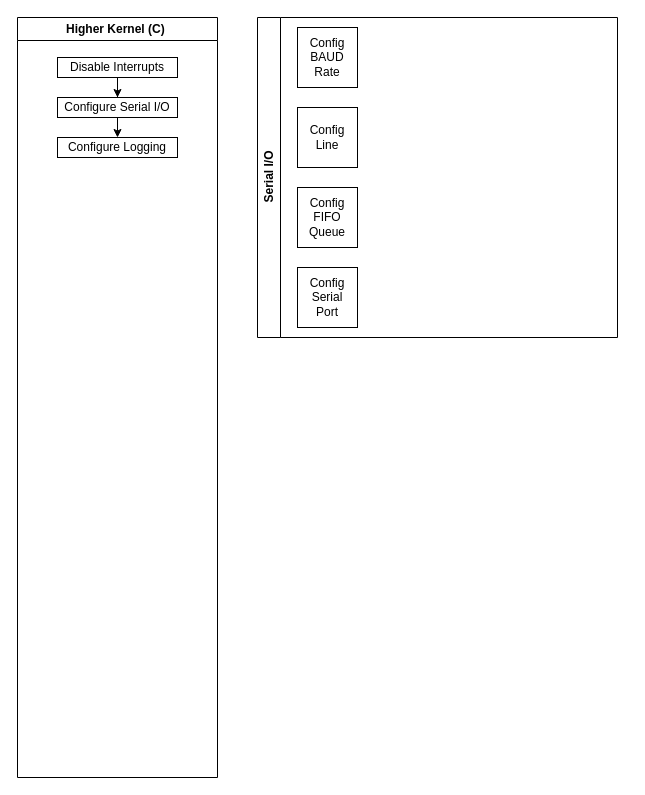
This is page "C Kernel" (2 of 3) of naOS.drawio from noaether/naOS, a draw.io file, before an edit. Source tidied: cells renumbered, new cells numbered last; positions are measured from the earlier drawing's top-left corner, leaving out a move shared by most shapes. Both pictures are drawn from the tidied source at 100%, with x=0, y=0 at pixel (17, 17).
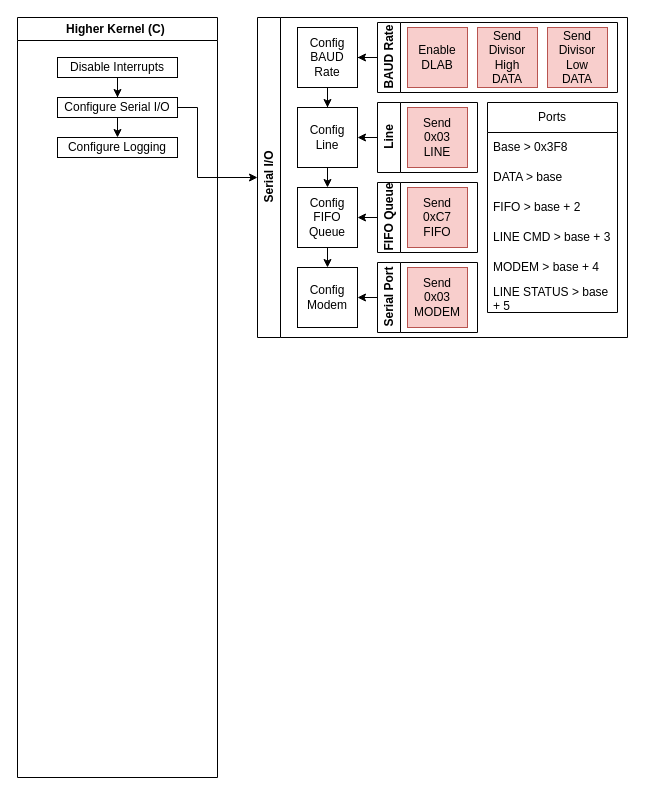
Above is the later version.

The change refers to these unchanged cells:
```xml
<mxCell id="6" value="Configure Serial I/O" style="rounded=0;whiteSpace=wrap;html=1;" parent="2" vertex="1">
  <mxGeometry x="40" y="80" width="120" height="20" as="geometry" />
</mxCell>
<mxCell id="9" value="Config BAUD Rate" style="rounded=0;whiteSpace=wrap;html=1;" parent="8" vertex="1">
  <mxGeometry x="40" y="10" width="60" height="60" as="geometry" />
</mxCell>
<mxCell id="10" value="Config&lt;br&gt;Line" style="rounded=0;whiteSpace=wrap;html=1;" parent="8" vertex="1">
  <mxGeometry x="40" y="90" width="60" height="60" as="geometry" />
</mxCell>
<mxCell id="11" value="Config&lt;br&gt;FIFO&lt;br&gt;Queue" style="rounded=0;whiteSpace=wrap;html=1;" parent="8" vertex="1">
  <mxGeometry x="40" y="170" width="60" height="60" as="geometry" />
</mxCell>
```

Diff of the diagram source:
```diff
@@
     <mxCell id="8" value="Serial I/O" style="swimlane;horizontal=0;whiteSpace=wrap;html=1;" parent="1" vertex="1">
-      <mxGeometry x="240" width="360" height="320" as="geometry" />
+      <mxGeometry x="240" width="370" height="320" as="geometry" />
     </mxCell>
+    <mxCell id="13" style="edgeStyle=orthogonalEdgeStyle;rounded=0;jettySize=auto;html=1;entryX=0.5;entryY=0;entryDx=0;entryDy=0;" parent="8" edge="1" source="9" target="10">
+      <mxGeometry relative="1" as="geometry" />
+    </mxCell>
@@
+    <mxCell id="14" style="edgeStyle=orthogonalEdgeStyle;rounded=0;jettySize=auto;html=1;exitX=0.5;exitY=1;exitDx=0;exitDy=0;entryX=0.5;entryY=0;entryDx=0;entryDy=0;" parent="8" edge="1" source="10" target="11">
+      <mxGeometry relative="1" as="geometry" />
+    </mxCell>
@@
+    <mxCell id="15" style="edgeStyle=orthogonalEdgeStyle;rounded=0;jettySize=auto;html=1;exitX=0.5;exitY=1;exitDx=0;exitDy=0;entryX=0.5;entryY=0;entryDx=0;entryDy=0;" parent="8" edge="1" source="11" target="12">
+      <mxGeometry relative="1" as="geometry" />
+    </mxCell>
@@
-    <mxCell id="12" value="Config&lt;br&gt;Serial&lt;br&gt;Port" style="rounded=0;whiteSpace=wrap;html=1;" parent="8" vertex="1">
+    <mxCell id="12" value="Config&lt;br&gt;Modem" style="rounded=0;whiteSpace=wrap;html=1;" parent="8" vertex="1">
       <mxGeometry x="40" y="250" width="60" height="60" as="geometry" />
     </mxCell>
+    <mxCell id="16" style="edgeStyle=orthogonalEdgeStyle;rounded=0;jettySize=auto;html=1;entryX=1;entryY=0.5;entryDx=0;entryDy=0;" parent="8" edge="1" source="17" target="9">
+      <mxGeometry relative="1" as="geometry" />
+    </mxCell>
+    <mxCell id="17" value="BAUD Rate" style="swimlane;horizontal=0;whiteSpace=wrap;html=1;" parent="8" vertex="1">
+      <mxGeometry x="120" y="5" width="240" height="70" as="geometry" />
+    </mxCell>
+    <mxCell id="18" value="Enable&lt;br&gt;DLAB" style="rounded=0;whiteSpace=wrap;html=1;fillColor=#f8cecc;strokeColor=#b85450;" parent="17" vertex="1">
+      <mxGeometry x="30" y="5" width="60" height="60" as="geometry" />
+    </mxCell>
+    <mxCell id="19" value="Send Divisor&lt;br&gt;High&lt;br&gt;DATA" style="rounded=0;whiteSpace=wrap;html=1;fillColor=#f8cecc;strokeColor=#b85450;" parent="17" vertex="1">
+      <mxGeometry x="100" y="5" width="60" height="60" as="geometry" />
+    </mxCell>
+    <mxCell id="20" value="Send Divisor&lt;br&gt;Low&lt;br&gt;DATA" style="rounded=0;whiteSpace=wrap;html=1;fillColor=#f8cecc;strokeColor=#b85450;" parent="17" vertex="1">
+      <mxGeometry x="170" y="5" width="60" height="60" as="geometry" />
+    </mxCell>
+    <mxCell id="21" style="edgeStyle=orthogonalEdgeStyle;rounded=0;jettySize=auto;html=1;exitX=0;exitY=0.5;exitDx=0;exitDy=0;entryX=1;entryY=0.5;entryDx=0;entryDy=0;" parent="8" edge="1" source="22" target="10">
+      <mxGeometry relative="1" as="geometry" />
+    </mxCell>
+    <mxCell id="22" value="Line" style="swimlane;horizontal=0;whiteSpace=wrap;html=1;" parent="8" vertex="1">
+      <mxGeometry x="120" y="85" width="100" height="70" as="geometry" />
+    </mxCell>
+    <mxCell id="23" value="Send&lt;br&gt;0x03&lt;br&gt;LINE" style="rounded=0;whiteSpace=wrap;html=1;fillColor=#f8cecc;strokeColor=#b85450;" parent="22" vertex="1">
+      <mxGeometry x="30" y="5" width="60" height="60" as="geometry" />
+    </mxCell>
+    <mxCell id="24" style="edgeStyle=orthogonalEdgeStyle;rounded=0;jettySize=auto;html=1;exitX=0;exitY=0.5;exitDx=0;exitDy=0;entryX=1;entryY=0.5;entryDx=0;entryDy=0;" parent="8" edge="1" source="25" target="11">
+      <mxGeometry relative="1" as="geometry" />
+    </mxCell>
+    <mxCell id="25" value="FIFO Queue" style="swimlane;horizontal=0;whiteSpace=wrap;html=1;" parent="8" vertex="1">
+      <mxGeometry x="120" y="165" width="100" height="70" as="geometry" />
+    </mxCell>
+    <mxCell id="26" value="Send&lt;br&gt;0xC7&lt;br&gt;FIFO" style="rounded=0;whiteSpace=wrap;html=1;fillColor=#f8cecc;strokeColor=#b85450;" parent="25" vertex="1">
+      <mxGeometry x="30" y="5" width="60" height="60" as="geometry" />
+    </mxCell>
+    <mxCell id="27" style="edgeStyle=orthogonalEdgeStyle;rounded=0;jettySize=auto;html=1;exitX=0;exitY=0.5;exitDx=0;exitDy=0;entryX=1;entryY=0.5;entryDx=0;entryDy=0;" parent="8" edge="1" source="28" target="12">
+      <mxGeometry relative="1" as="geometry" />
+    </mxCell>
+    <mxCell id="28" value="Serial Port" style="swimlane;horizontal=0;whiteSpace=wrap;html=1;" parent="8" vertex="1">
+      <mxGeometry x="120" y="245" width="100" height="70" as="geometry" />
+    </mxCell>
+    <mxCell id="29" value="Send&lt;br&gt;0x03&lt;br&gt;MODEM" style="rounded=0;whiteSpace=wrap;html=1;fillColor=#f8cecc;strokeColor=#b85450;" parent="28" vertex="1">
+      <mxGeometry x="30" y="5" width="60" height="60" as="geometry" />
+    </mxCell>
+    <mxCell id="30" value="Ports" style="swimlane;fontStyle=0;horizontal=1;startSize=30;whiteSpace=wrap;html=1;" parent="8" vertex="1">
+      <mxGeometry x="230" y="85" width="130" height="210" as="geometry" />
+    </mxCell>
+    <mxCell id="31" value="Base &amp;gt; 0x3F8" style="text;strokeColor=none;fillColor=none;align=left;verticalAlign=middle;spacingLeft=4;spacingRight=4;overflow=hidden;whiteSpace=wrap;html=1;" parent="30" vertex="1">
+      <mxGeometry y="30" width="130" height="30" as="geometry" />
+    </mxCell>
+    <mxCell id="32" value="DATA &amp;gt; base" style="text;strokeColor=none;fillColor=none;align=left;verticalAlign=middle;spacingLeft=4;spacingRight=4;overflow=hidden;whiteSpace=wrap;html=1;" parent="30" vertex="1">
+      <mxGeometry y="60" width="130" height="30" as="geometry" />
+    </mxCell>
+    <mxCell id="33" value="FIFO &amp;gt; base + 2" style="text;strokeColor=none;fillColor=none;align=left;verticalAlign=middle;spacingLeft=4;spacingRight=4;overflow=hidden;whiteSpace=wrap;html=1;" parent="30" vertex="1">
+      <mxGeometry y="90" width="130" height="30" as="geometry" />
+    </mxCell>
+    <mxCell id="34" value="LINE CMD &amp;gt; base + 3" style="text;strokeColor=none;fillColor=none;align=left;verticalAlign=middle;spacingLeft=4;spacingRight=4;overflow=hidden;whiteSpace=wrap;html=1;" parent="30" vertex="1">
+      <mxGeometry y="120" width="130" height="30" as="geometry" />
+    </mxCell>
+    <mxCell id="35" value="MODEM &amp;gt; base + 4" style="text;strokeColor=none;fillColor=none;align=left;verticalAlign=middle;spacingLeft=4;spacingRight=4;overflow=hidden;whiteSpace=wrap;html=1;" parent="30" vertex="1">
+      <mxGeometry y="150" width="130" height="30" as="geometry" />
+    </mxCell>
+    <mxCell id="36" value="LINE STATUS &amp;gt; base + 5" style="text;strokeColor=none;fillColor=none;align=left;verticalAlign=middle;spacingLeft=4;spacingRight=4;overflow=hidden;whiteSpace=wrap;html=1;" parent="30" vertex="1">
+      <mxGeometry y="180" width="130" height="30" as="geometry" />
+    </mxCell>
+    <mxCell id="37" style="edgeStyle=orthogonalEdgeStyle;rounded=0;jettySize=auto;html=1;entryX=0;entryY=0.5;entryDx=0;entryDy=0;" parent="1" edge="1" source="6" target="8">
+      <mxGeometry relative="1" as="geometry">
+        <Array as="points">
+          <mxPoint x="180" y="90" />
+          <mxPoint x="180" y="160" />
+        </Array>
+      </mxGeometry>
+    </mxCell>
```
